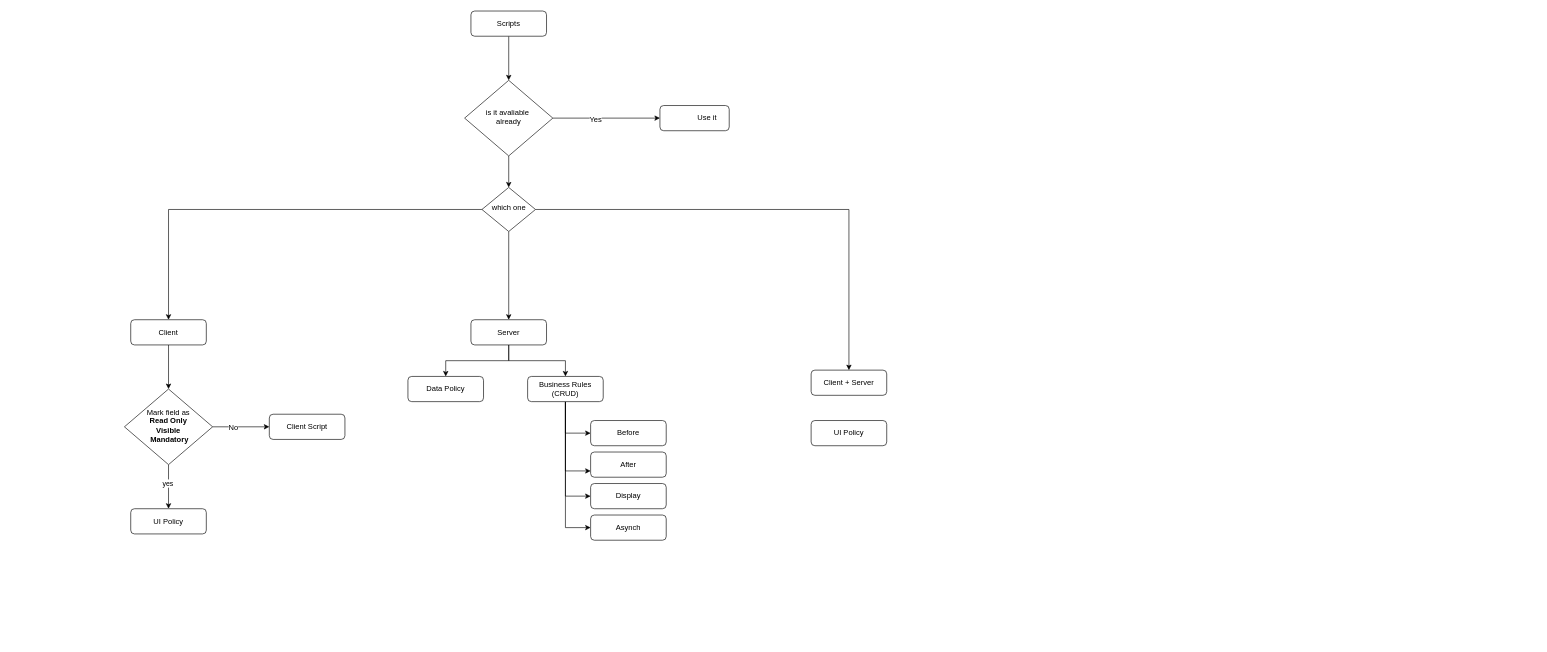
Earlier version of the draw.io diagram others/Untitled Diagram.drawio (sanket9006/bluepineapple-traning). Source tidied: cells renumbered, new cells numbered last; positions are measured from the earlier drawing's top-left corner, leaving out a move shared by most shapes. Both pictures are drawn from the tidied source at 63%, with x=0, y=0 at pixel (124, 11).
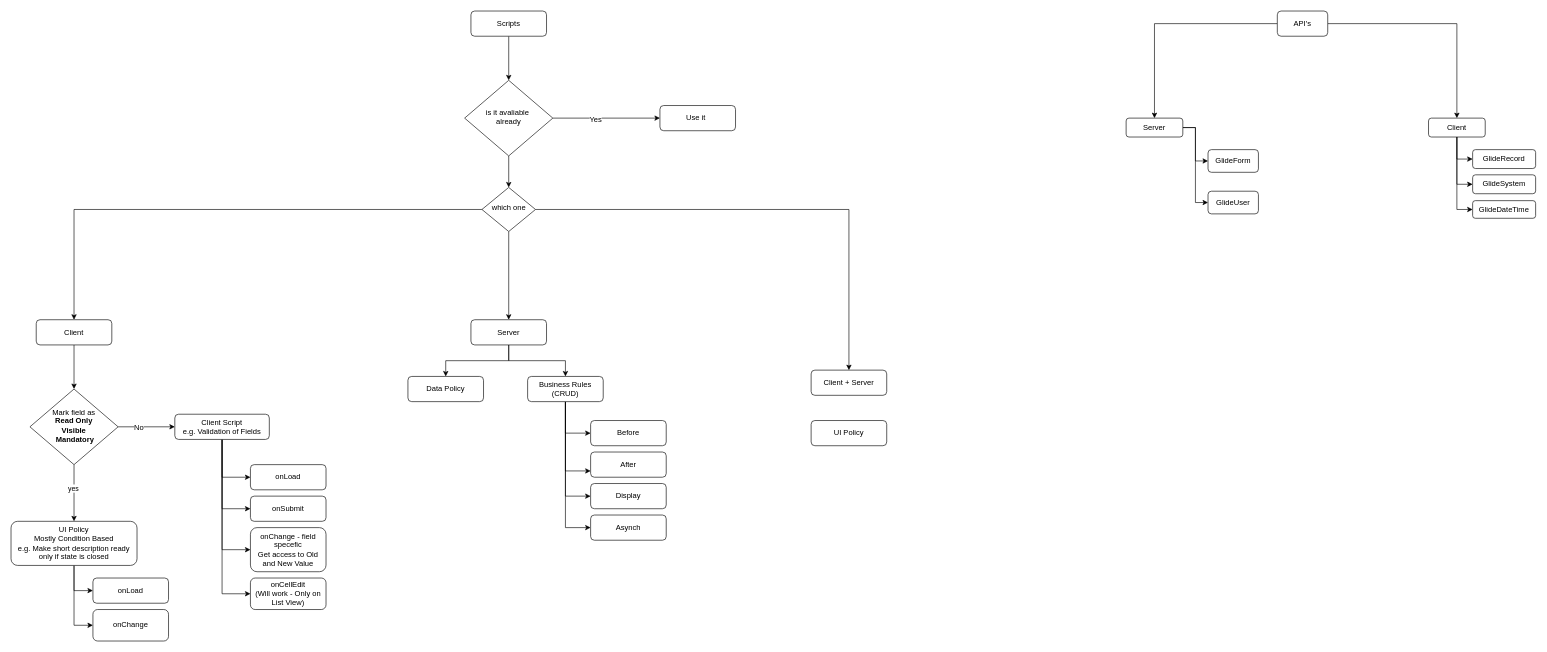
The same page after the edit.

Commit message:
ServiceNow API's and Scripts.drawio

Diff of the diagram source:
```diff
@@
     <mxCell id="16" value="Client" style="rounded=1;whiteSpace=wrap;html=1;fontSize=12;glass=0;strokeWidth=1;shadow=0;" parent="1" vertex="1">
-      <mxGeometry x="10" y="490" width="120" height="40" as="geometry" />
+      <mxGeometry x="-140" y="490" width="120" height="40" as="geometry" />
     </mxCell>
+    <mxCell id="37" style="edgeStyle=orthogonalEdgeStyle;rounded=0;jettySize=auto;html=1;entryX=0;entryY=0.5;entryDx=0;entryDy=0;fontSize=12;" parent="1" edge="1" source="17" target="47">
+      <mxGeometry relative="1" as="geometry" />
+    </mxCell>
+    <mxCell id="38" style="edgeStyle=orthogonalEdgeStyle;rounded=0;jettySize=auto;html=1;entryX=0;entryY=0.5;entryDx=0;entryDy=0;fontSize=12;" parent="1" edge="1" source="17" target="48">
+      <mxGeometry relative="1" as="geometry" />
+    </mxCell>
-    <mxCell id="17" value="UI Policy" style="rounded=1;whiteSpace=wrap;html=1;fontSize=12;glass=0;strokeWidth=1;shadow=0;" parent="1" vertex="1">
-      <mxGeometry x="10" y="790" width="120" height="40" as="geometry" />
+    <mxCell id="17" value="UI Policy&lt;br&gt;Mostly Condition Based&lt;br&gt;e.g. Make short description ready only if state is closed" style="rounded=1;whiteSpace=wrap;html=1;fontSize=12;glass=0;strokeWidth=1;shadow=0;" parent="1" vertex="1">
+      <mxGeometry x="-180" y="810" width="200" height="70" as="geometry" />
     </mxCell>
+    <mxCell id="39" style="edgeStyle=orthogonalEdgeStyle;rounded=0;jettySize=auto;html=1;entryX=0;entryY=0.5;entryDx=0;entryDy=0;fontSize=12;" parent="1" edge="1" source="18" target="44">
+      <mxGeometry relative="1" as="geometry" />
+    </mxCell>
+    <mxCell id="40" style="edgeStyle=orthogonalEdgeStyle;rounded=0;jettySize=auto;html=1;entryX=0;entryY=0.5;entryDx=0;entryDy=0;fontSize=12;" parent="1" edge="1" source="18" target="43">
+      <mxGeometry relative="1" as="geometry" />
+    </mxCell>
+    <mxCell id="41" style="edgeStyle=orthogonalEdgeStyle;rounded=0;jettySize=auto;html=1;entryX=0;entryY=0.5;entryDx=0;entryDy=0;fontSize=12;" parent="1" edge="1" source="18" target="46">
+      <mxGeometry relative="1" as="geometry" />
+    </mxCell>
+    <mxCell id="42" style="edgeStyle=orthogonalEdgeStyle;rounded=0;jettySize=auto;html=1;entryX=0;entryY=0.5;entryDx=0;entryDy=0;fontSize=12;" parent="1" edge="1" source="18" target="45">
+      <mxGeometry relative="1" as="geometry" />
+    </mxCell>
-    <mxCell id="18" value="Client Script" style="rounded=1;whiteSpace=wrap;html=1;fontSize=12;glass=0;strokeWidth=1;shadow=0;" parent="1" vertex="1">
-      <mxGeometry x="230" y="640" width="120" height="40" as="geometry" />
+    <mxCell id="18" value="Client Script&lt;br&gt;e.g. Validation of Fields" style="rounded=1;whiteSpace=wrap;html=1;fontSize=12;glass=0;strokeWidth=1;shadow=0;" parent="1" vertex="1">
+      <mxGeometry x="80" y="640" width="150" height="40" as="geometry" />
     </mxCell>
@@
     <mxCell id="27" value="Mark field as&lt;br style=&quot;font-size: 12px&quot;&gt;&lt;b&gt;Read Only&lt;br style=&quot;font-size: 12px&quot;&gt;Visible&lt;br style=&quot;font-size: 12px&quot;&gt;&amp;nbsp;Mandatory&lt;/b&gt;" style="rhombus;whiteSpace=wrap;html=1;shadow=0;fontFamily=Helvetica;fontSize=12;align=center;strokeWidth=1;spacing=6;spacingTop=-4;sketch=0;" parent="1" vertex="1">
-      <mxGeometry y="600" width="140" height="120" as="geometry" />
+      <mxGeometry x="-150" y="600" width="140" height="120" as="geometry" />
     </mxCell>
@@
-    <mxCell id="32" value="&lt;blockquote style=&quot;margin: 0 0 0 40px ; border: none ; padding: 0px&quot;&gt;Use it&lt;/blockquote&gt;" style="rounded=1;whiteSpace=wrap;html=1;fontSize=12;glass=0;strokeWidth=1;shadow=0;align=center;" parent="1" vertex="1">
-      <mxGeometry x="850" y="150" width="110" height="40" as="geometry" />
+    <mxCell id="32" value="&lt;blockquote style=&quot;margin: 0 0 0 40px ; border: none ; padding: 0px&quot;&gt;Use it&lt;/blockquote&gt;" style="rounded=1;whiteSpace=wrap;html=1;fontSize=12;glass=0;strokeWidth=1;shadow=0;align=left;" parent="1" vertex="1">
+      <mxGeometry x="850" y="150" width="120" height="40" as="geometry" />
     </mxCell>
@@
+    <mxCell id="43" value="onSubmit" style="rounded=1;whiteSpace=wrap;html=1;fontSize=12;glass=0;strokeWidth=1;shadow=0;" parent="1" vertex="1">
+      <mxGeometry x="200" y="770" width="120" height="40" as="geometry" />
+    </mxCell>
+    <mxCell id="44" value="onLoad" style="rounded=1;whiteSpace=wrap;html=1;fontSize=12;glass=0;strokeWidth=1;shadow=0;" parent="1" vertex="1">
+      <mxGeometry x="200" y="720" width="120" height="40" as="geometry" />
+    </mxCell>
+    <mxCell id="45" value="onCellEdit&lt;br&gt;(Will work - Only on List View)" style="rounded=1;whiteSpace=wrap;html=1;fontSize=12;glass=0;strokeWidth=1;shadow=0;" parent="1" vertex="1">
+      <mxGeometry x="200" y="900" width="120" height="50" as="geometry" />
+    </mxCell>
+    <mxCell id="46" value="onChange - field specefic&lt;br&gt;Get access to Old and New Value" style="rounded=1;whiteSpace=wrap;html=1;fontSize=12;glass=0;strokeWidth=1;shadow=0;" parent="1" vertex="1">
+      <mxGeometry x="200" y="820" width="120" height="70" as="geometry" />
+    </mxCell>
+    <mxCell id="47" value="onLoad" style="rounded=1;whiteSpace=wrap;html=1;fontSize=12;glass=0;strokeWidth=1;shadow=0;" parent="1" vertex="1">
+      <mxGeometry x="-50" y="900" width="120" height="40" as="geometry" />
+    </mxCell>
+    <mxCell id="48" value="onChange" style="rounded=1;whiteSpace=wrap;html=1;fontSize=12;glass=0;strokeWidth=1;shadow=0;" parent="1" vertex="1">
+      <mxGeometry x="-50" y="950" width="120" height="50" as="geometry" />
+    </mxCell>
+    <mxCell id="49" style="edgeStyle=orthogonalEdgeStyle;rounded=0;jettySize=auto;html=1;entryX=0.5;entryY=0;entryDx=0;entryDy=0;fontSize=12;" parent="1" edge="1" source="51" target="55">
+      <mxGeometry relative="1" as="geometry" />
+    </mxCell>
+    <mxCell id="50" style="edgeStyle=orthogonalEdgeStyle;rounded=0;jettySize=auto;html=1;entryX=0.5;entryY=0;entryDx=0;entryDy=0;fontSize=12;" parent="1" edge="1" source="51" target="58">
+      <mxGeometry relative="1" as="geometry" />
+    </mxCell>
+    <mxCell id="51" value="API's" style="rounded=1;whiteSpace=wrap;html=1;sketch=0;fontSize=12;align=center;" parent="1" vertex="1">
+      <mxGeometry x="1830" width="80" height="40" as="geometry" />
+    </mxCell>
+    <mxCell id="52" style="edgeStyle=orthogonalEdgeStyle;rounded=0;jettySize=auto;html=1;entryX=0;entryY=0.5;entryDx=0;entryDy=0;fontSize=12;" parent="1" edge="1" source="55" target="61">
+      <mxGeometry relative="1" as="geometry" />
+    </mxCell>
+    <mxCell id="53" style="edgeStyle=orthogonalEdgeStyle;rounded=0;jettySize=auto;html=1;entryX=0;entryY=0.5;entryDx=0;entryDy=0;fontSize=12;" parent="1" edge="1" source="55" target="62">
+      <mxGeometry relative="1" as="geometry" />
+    </mxCell>
+    <mxCell id="54" style="edgeStyle=orthogonalEdgeStyle;rounded=0;jettySize=auto;html=1;entryX=0;entryY=0.5;entryDx=0;entryDy=0;fontSize=12;" parent="1" edge="1" source="55" target="63">
+      <mxGeometry relative="1" as="geometry" />
+    </mxCell>
+    <mxCell id="55" value="Client" style="rounded=1;whiteSpace=wrap;html=1;sketch=0;fontSize=12;align=center;" parent="1" vertex="1">
+      <mxGeometry x="2070" y="170" width="90" height="30" as="geometry" />
+    </mxCell>
+    <mxCell id="56" style="edgeStyle=orthogonalEdgeStyle;rounded=0;jettySize=auto;html=1;entryX=0;entryY=0.5;entryDx=0;entryDy=0;fontSize=12;" parent="1" edge="1" source="58" target="59">
+      <mxGeometry relative="1" as="geometry" />
+    </mxCell>
+    <mxCell id="57" style="edgeStyle=orthogonalEdgeStyle;rounded=0;jettySize=auto;html=1;entryX=0;entryY=0.5;entryDx=0;entryDy=0;fontSize=12;" parent="1" edge="1" source="58" target="60">
+      <mxGeometry relative="1" as="geometry" />
+    </mxCell>
+    <mxCell id="58" value="Server" style="rounded=1;whiteSpace=wrap;html=1;sketch=0;fontSize=12;align=center;" parent="1" vertex="1">
+      <mxGeometry x="1590" y="170" width="90" height="30" as="geometry" />
+    </mxCell>
+    <mxCell id="59" value="GlideForm" style="rounded=1;whiteSpace=wrap;html=1;sketch=0;fontSize=12;align=center;" parent="1" vertex="1">
+      <mxGeometry x="1720" y="220" width="80" height="36" as="geometry" />
+    </mxCell>
+    <mxCell id="60" value="GlideUser" style="rounded=1;whiteSpace=wrap;html=1;sketch=0;fontSize=12;align=center;" parent="1" vertex="1">
+      <mxGeometry x="1720" y="286" width="80" height="36" as="geometry" />
+    </mxCell>
+    <mxCell id="61" value="GlideRecord" style="rounded=1;whiteSpace=wrap;html=1;sketch=0;fontSize=12;align=center;" parent="1" vertex="1">
+      <mxGeometry x="2140" y="220" width="100" height="30" as="geometry" />
+    </mxCell>
+    <mxCell id="62" value="GlideSystem" style="rounded=1;whiteSpace=wrap;html=1;sketch=0;fontSize=12;align=center;" parent="1" vertex="1">
+      <mxGeometry x="2140" y="260" width="100" height="30" as="geometry" />
+    </mxCell>
+    <mxCell id="63" value="GlideDateTime" style="rounded=1;whiteSpace=wrap;html=1;sketch=0;fontSize=12;align=center;" parent="1" vertex="1">
+      <mxGeometry x="2140" y="301" width="100" height="28" as="geometry" />
+    </mxCell>
```
